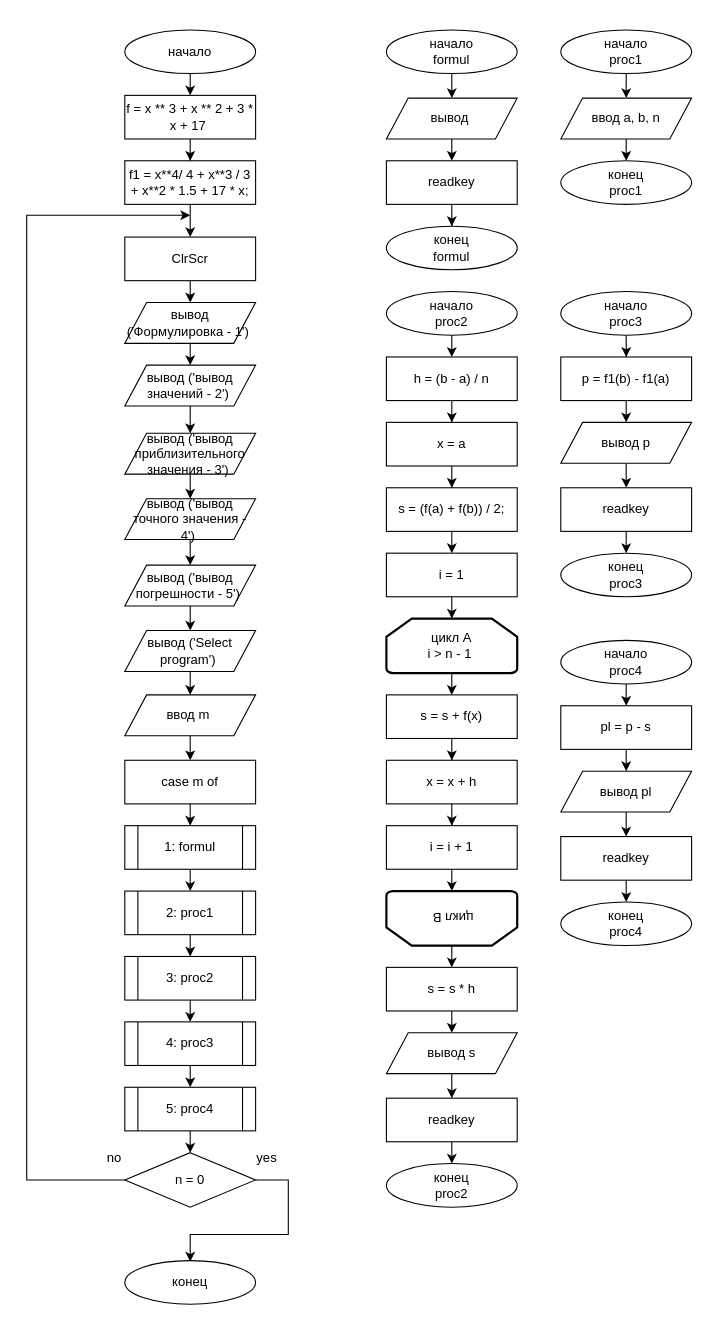
Before: 1.2 diagrams.drawio in DaniilKOT112/DKR-3, a draw.io diagram. Source tidied: cells renumbered, new cells numbered last; positions are measured from the earlier drawing's top-left corner, leaving out a move shared by most shapes. Both pictures are drawn from the tidied source at 109%, with x=0, y=0 at pixel (26, 29).
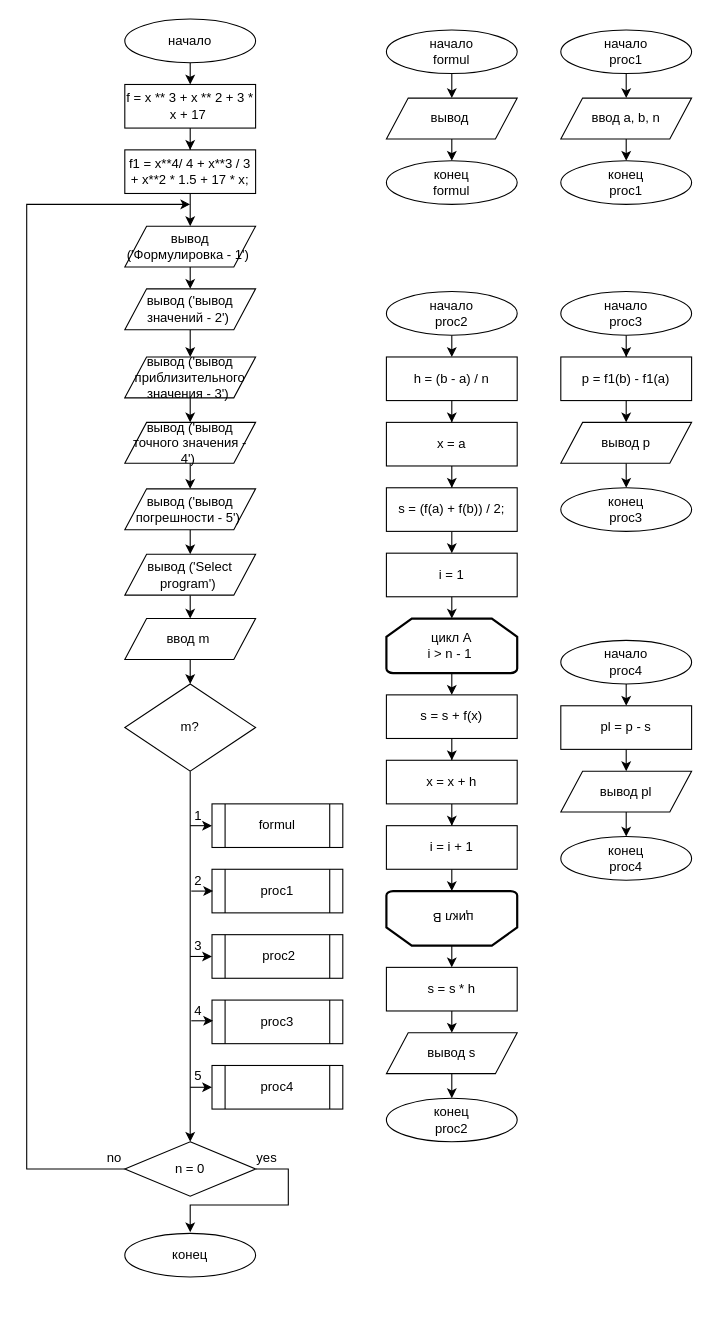
The same page after the edit.

Unchanged cells that the change refers to:
```xml
<mxCell id="12" value="вывод&amp;nbsp;" style="shape=parallelogram;perimeter=parallelogramPerimeter;whiteSpace=wrap;html=1;fixedSize=1;" parent="1" vertex="1">
  <mxGeometry x="330" y="62.5" width="120" height="37.5" as="geometry" />
</mxCell>
<mxCell id="25" value="вывод s" style="shape=parallelogram;perimeter=parallelogramPerimeter;whiteSpace=wrap;html=1;fixedSize=1;" parent="1" vertex="1">
  <mxGeometry x="330" y="920" width="120" height="37.5" as="geometry" />
</mxCell>
<mxCell id="54" value="вывод p" style="shape=parallelogram;perimeter=parallelogramPerimeter;whiteSpace=wrap;html=1;fixedSize=1;" parent="1" vertex="1">
  <mxGeometry x="490" y="360" width="120" height="37.5" as="geometry" />
</mxCell>
<mxCell id="63" value="вывод pl" style="shape=parallelogram;perimeter=parallelogramPerimeter;whiteSpace=wrap;html=1;fixedSize=1;" parent="1" vertex="1">
  <mxGeometry x="490" y="680" width="120" height="37.5" as="geometry" />
</mxCell>
```

Diff of the diagram source:
```diff
@@
-    <mxCell id="2" style="edgeStyle=orthogonalEdgeStyle;rounded=0;jettySize=auto;html=1;exitX=0.5;exitY=1;exitDx=0;exitDy=0;" parent="1" edge="1" source="3">
-      <mxGeometry relative="1" as="geometry">
-        <mxPoint x="150" y="60" as="targetPoint" />
-      </mxGeometry>
-    </mxCell>
+    <mxCell id="101" style="edgeStyle=orthogonalEdgeStyle;rounded=0;jettySize=auto;html=1;exitX=0.5;exitY=1;exitDx=0;exitDy=0;entryX=0.5;entryY=0;entryDx=0;entryDy=0;" parent="1" edge="1" source="3" target="5">
+      <mxGeometry relative="1" as="geometry" />
+    </mxCell>
     <mxCell id="3" value="начало" style="ellipse;whiteSpace=wrap;html=1;" parent="1" vertex="1">
-      <mxGeometry x="90" width="120" height="40" as="geometry" />
+      <mxGeometry x="90" y="-10" width="120" height="40" as="geometry" />
     </mxCell>
@@
     <mxCell id="5" value="f =&amp;nbsp;x ** 3 + x ** 2 + 3 * x + 17&amp;nbsp;" style="rounded=0;whiteSpace=wrap;html=1;" parent="1" vertex="1">
-      <mxGeometry x="90" y="60" width="120" height="40" as="geometry" />
+      <mxGeometry x="90" y="50" width="120" height="40" as="geometry" />
     </mxCell>
-    <mxCell id="6" style="edgeStyle=orthogonalEdgeStyle;rounded=0;jettySize=auto;html=1;exitX=0.5;exitY=1;exitDx=0;exitDy=0;" parent="1" edge="1" source="7" target="74">
+    <mxCell id="6" style="edgeStyle=orthogonalEdgeStyle;rounded=0;jettySize=auto;html=1;exitX=0.5;exitY=1;exitDx=0;exitDy=0;entryX=0.5;entryY=0;entryDx=0;entryDy=0;" parent="1" edge="1" source="7" target="68">
       <mxGeometry relative="1" as="geometry" />
     </mxCell>
     <mxCell id="7" value="f1 = x**4/ 4 + x**3 / 3 + x**2 * 1.5 + 17 * x;" style="rounded=0;whiteSpace=wrap;html=1;" parent="1" vertex="1">
-      <mxGeometry x="90" y="120" width="120" height="40" as="geometry" />
+      <mxGeometry x="90" y="110" width="120" height="40" as="geometry" />
     </mxCell>
@@
-    <mxCell id="11" style="edgeStyle=orthogonalEdgeStyle;rounded=0;jettySize=auto;html=1;exitX=0.5;exitY=1;exitDx=0;exitDy=0;entryX=0.5;entryY=0;entryDx=0;entryDy=0;" parent="1" edge="1" source="12" target="14">
+    <mxCell id="11" style="edgeStyle=orthogonalEdgeStyle;rounded=0;jettySize=auto;html=1;exitX=0.5;exitY=1;exitDx=0;exitDy=0;entryX=0.5;entryY=0;entryDx=0;entryDy=0;" parent="1" edge="1" source="12" target="15">
       <mxGeometry relative="1" as="geometry" />
     </mxCell>
@@
-    <mxCell id="13" style="edgeStyle=orthogonalEdgeStyle;rounded=0;jettySize=auto;html=1;exitX=0.5;exitY=1;exitDx=0;exitDy=0;" parent="1" edge="1" source="14" target="15">
-      <mxGeometry relative="1" as="geometry" />
-    </mxCell>
-    <mxCell id="14" value="readkey" style="rounded=0;whiteSpace=wrap;html=1;" parent="1" vertex="1">
-      <mxGeometry x="330" y="120" width="120" height="40" as="geometry" />
-    </mxCell>
     <mxCell id="15" value="конец&lt;br&gt;formul" style="ellipse;whiteSpace=wrap;html=1;" parent="1" vertex="1">
-      <mxGeometry x="330" y="180" width="120" height="40" as="geometry" />
+      <mxGeometry x="330" y="120" width="120" height="40" as="geometry" />
     </mxCell>
@@
-    <mxCell id="24" style="edgeStyle=orthogonalEdgeStyle;rounded=0;jettySize=auto;html=1;exitX=0.5;exitY=1;exitDx=0;exitDy=0;entryX=0.5;entryY=0;entryDx=0;entryDy=0;" parent="1" edge="1" source="25" target="48">
+    <mxCell id="24" style="edgeStyle=orthogonalEdgeStyle;rounded=0;jettySize=auto;html=1;exitX=0.5;exitY=1;exitDx=0;exitDy=0;entryX=0.5;entryY=0;entryDx=0;entryDy=0;" parent="1" edge="1" source="25" target="26">
       <mxGeometry relative="1" as="geometry" />
     </mxCell>
@@
     <mxCell id="26" value="конец&lt;br&gt;proc2" style="ellipse;whiteSpace=wrap;html=1;" parent="1" vertex="1">
-      <mxGeometry x="330" y="1040" width="120" height="40" as="geometry" />
+      <mxGeometry x="330" y="980" width="120" height="40" as="geometry" />
     </mxCell>
@@
-    <mxCell id="47" style="edgeStyle=orthogonalEdgeStyle;rounded=0;jettySize=auto;html=1;exitX=0.5;exitY=1;exitDx=0;exitDy=0;entryX=0.5;entryY=0;entryDx=0;entryDy=0;" parent="1" edge="1" source="48" target="26">
-      <mxGeometry relative="1" as="geometry" />
-    </mxCell>
-    <mxCell id="48" value="readkey" style="rounded=0;whiteSpace=wrap;html=1;" parent="1" vertex="1">
-      <mxGeometry x="330" y="980" width="120" height="40" as="geometry" />
-    </mxCell>
@@
-    <mxCell id="53" style="edgeStyle=orthogonalEdgeStyle;rounded=0;jettySize=auto;html=1;exitX=0.5;exitY=1;exitDx=0;exitDy=0;entryX=0.5;entryY=0;entryDx=0;entryDy=0;" parent="1" edge="1" source="54" target="56">
+    <mxCell id="53" style="edgeStyle=orthogonalEdgeStyle;rounded=0;jettySize=auto;html=1;exitX=0.5;exitY=1;exitDx=0;exitDy=0;entryX=0.5;entryY=0;entryDx=0;entryDy=0;" parent="1" edge="1" source="54" target="57">
       <mxGeometry relative="1" as="geometry" />
     </mxCell>
@@
-    <mxCell id="55" style="edgeStyle=orthogonalEdgeStyle;rounded=0;jettySize=auto;html=1;exitX=0.5;exitY=1;exitDx=0;exitDy=0;entryX=0.5;entryY=0;entryDx=0;entryDy=0;" parent="1" edge="1" source="56" target="57">
-      <mxGeometry relative="1" as="geometry" />
-    </mxCell>
-    <mxCell id="56" value="readkey" style="rounded=0;whiteSpace=wrap;html=1;" parent="1" vertex="1">
-      <mxGeometry x="490" y="420" width="120" height="40" as="geometry" />
-    </mxCell>
     <mxCell id="57" value="конец&lt;br&gt;proc3" style="ellipse;whiteSpace=wrap;html=1;" parent="1" vertex="1">
-      <mxGeometry x="490" y="480" width="120" height="40" as="geometry" />
+      <mxGeometry x="490" y="420" width="120" height="40" as="geometry" />
     </mxCell>
@@
-    <mxCell id="62" style="edgeStyle=orthogonalEdgeStyle;rounded=0;jettySize=auto;html=1;exitX=0.5;exitY=1;exitDx=0;exitDy=0;entryX=0.5;entryY=0;entryDx=0;entryDy=0;" parent="1" edge="1" source="63" target="65">
+    <mxCell id="62" style="edgeStyle=orthogonalEdgeStyle;rounded=0;jettySize=auto;html=1;exitX=0.5;exitY=1;exitDx=0;exitDy=0;entryX=0.5;entryY=0;entryDx=0;entryDy=0;" parent="1" edge="1" source="63" target="66">
       <mxGeometry relative="1" as="geometry" />
     </mxCell>
@@
-    <mxCell id="64" style="edgeStyle=orthogonalEdgeStyle;rounded=0;jettySize=auto;html=1;exitX=0.5;exitY=1;exitDx=0;exitDy=0;entryX=0.5;entryY=0;entryDx=0;entryDy=0;" parent="1" edge="1" source="65" target="66">
-      <mxGeometry relative="1" as="geometry" />
-    </mxCell>
-    <mxCell id="65" value="readkey" style="rounded=0;whiteSpace=wrap;html=1;" parent="1" vertex="1">
-      <mxGeometry x="490" y="740" width="120" height="40" as="geometry" />
-    </mxCell>
     <mxCell id="66" value="конец&lt;br&gt;proc4" style="ellipse;whiteSpace=wrap;html=1;" parent="1" vertex="1">
-      <mxGeometry x="490" y="800" width="120" height="40" as="geometry" />
+      <mxGeometry x="490" y="740" width="120" height="40" as="geometry" />
     </mxCell>
@@
     <mxCell id="68" value="вывод ('Формулировка - 1')&amp;nbsp;" style="shape=parallelogram;perimeter=parallelogramPerimeter;whiteSpace=wrap;html=1;fixedSize=1;" parent="1" vertex="1">
-      <mxGeometry x="90" y="250" width="120" height="37.5" as="geometry" />
+      <mxGeometry x="90" y="180" width="120" height="37.5" as="geometry" />
     </mxCell>
@@
     <mxCell id="70" value="вывод ('вывод значений - 2')&amp;nbsp;" style="shape=parallelogram;perimeter=parallelogramPerimeter;whiteSpace=wrap;html=1;fixedSize=1;" parent="1" vertex="1">
-      <mxGeometry x="90" y="307.5" width="120" height="37.5" as="geometry" />
+      <mxGeometry x="90" y="237.5" width="120" height="37.5" as="geometry" />
     </mxCell>
@@
     <mxCell id="72" value="вывод ('вывод приблизительного значения - 3')&amp;nbsp;" style="shape=parallelogram;perimeter=parallelogramPerimeter;whiteSpace=wrap;html=1;fixedSize=1;" parent="1" vertex="1">
-      <mxGeometry x="90" y="370" width="120" height="37.5" as="geometry" />
+      <mxGeometry x="90" y="300" width="120" height="37.5" as="geometry" />
     </mxCell>
-    <mxCell id="73" style="edgeStyle=orthogonalEdgeStyle;rounded=0;jettySize=auto;html=1;exitX=0.5;exitY=1;exitDx=0;exitDy=0;entryX=0.5;entryY=0;entryDx=0;entryDy=0;" parent="1" edge="1" source="74" target="68">
-      <mxGeometry relative="1" as="geometry" />
-    </mxCell>
-    <mxCell id="74" value="ClrScr" style="rounded=0;whiteSpace=wrap;html=1;" parent="1" vertex="1">
-      <mxGeometry x="90" y="190" width="120" height="40" as="geometry" />
-    </mxCell>
@@
     <mxCell id="76" value="вывод ('вывод точного значения - 4')&amp;nbsp;" style="shape=parallelogram;perimeter=parallelogramPerimeter;whiteSpace=wrap;html=1;fixedSize=1;" parent="1" vertex="1">
-      <mxGeometry x="90" y="430" width="120" height="37.5" as="geometry" />
+      <mxGeometry x="90" y="360" width="120" height="37.5" as="geometry" />
     </mxCell>
@@
     <mxCell id="78" value="вывод ('вывод погрешности - 5')&amp;nbsp;" style="shape=parallelogram;perimeter=parallelogramPerimeter;whiteSpace=wrap;html=1;fixedSize=1;" parent="1" vertex="1">
-      <mxGeometry x="90" y="491" width="120" height="37.5" as="geometry" />
+      <mxGeometry x="90" y="421" width="120" height="37.5" as="geometry" />
     </mxCell>
@@
     <mxCell id="80" value="вывод ('Select program')&amp;nbsp;" style="shape=parallelogram;perimeter=parallelogramPerimeter;whiteSpace=wrap;html=1;fixedSize=1;" parent="1" vertex="1">
-      <mxGeometry x="90" y="551" width="120" height="37.5" as="geometry" />
+      <mxGeometry x="90" y="481" width="120" height="37.5" as="geometry" />
     </mxCell>
-    <mxCell id="81" style="edgeStyle=orthogonalEdgeStyle;rounded=0;jettySize=auto;html=1;exitX=0.5;exitY=1;exitDx=0;exitDy=0;entryX=0.5;entryY=0;entryDx=0;entryDy=0;" parent="1" edge="1" source="82" target="84">
+    <mxCell id="81" style="edgeStyle=orthogonalEdgeStyle;rounded=0;jettySize=auto;html=1;exitX=0.5;exitY=1;exitDx=0;exitDy=0;entryX=0.5;entryY=0;entryDx=0;entryDy=0;" parent="1" edge="1" source="82" target="103">
       <mxGeometry relative="1" as="geometry" />
     </mxCell>
     <mxCell id="82" value="ввод m&amp;nbsp;" style="shape=parallelogram;perimeter=parallelogramPerimeter;whiteSpace=wrap;html=1;fixedSize=1;" parent="1" vertex="1">
-      <mxGeometry x="90" y="610" width="120" height="37.5" as="geometry" />
+      <mxGeometry x="90" y="540" width="120" height="37.5" as="geometry" />
     </mxCell>
-    <mxCell id="83" style="edgeStyle=orthogonalEdgeStyle;rounded=0;jettySize=auto;html=1;exitX=0.5;exitY=1;exitDx=0;exitDy=0;entryX=0.5;entryY=0;entryDx=0;entryDy=0;" parent="1" edge="1" source="84" target="86">
-      <mxGeometry relative="1" as="geometry" />
-    </mxCell>
-    <mxCell id="84" value="case m of" style="rounded=0;whiteSpace=wrap;html=1;" parent="1" vertex="1">
-      <mxGeometry x="90" y="670" width="120" height="40" as="geometry" />
-    </mxCell>
-    <mxCell id="85" style="edgeStyle=orthogonalEdgeStyle;rounded=0;jettySize=auto;html=1;exitX=0.5;exitY=1;exitDx=0;exitDy=0;entryX=0.5;entryY=0;entryDx=0;entryDy=0;" parent="1" edge="1" source="86" target="88">
-      <mxGeometry relative="1" as="geometry" />
-    </mxCell>
-    <mxCell id="86" value="1: formul" style="shape=process;whiteSpace=wrap;html=1;backgroundOutline=1;" parent="1" vertex="1">
-      <mxGeometry x="90" y="730" width="120" height="40" as="geometry" />
+    <mxCell id="86" value="formul" style="shape=process;whiteSpace=wrap;html=1;backgroundOutline=1;" parent="1" vertex="1">
+      <mxGeometry x="170" y="710" width="120" height="40" as="geometry" />
     </mxCell>
-    <mxCell id="87" style="edgeStyle=orthogonalEdgeStyle;rounded=0;jettySize=auto;html=1;exitX=0.5;exitY=1;exitDx=0;exitDy=0;entryX=0.5;entryY=0;entryDx=0;entryDy=0;" parent="1" edge="1" source="88" target="90">
-      <mxGeometry relative="1" as="geometry" />
-    </mxCell>
-    <mxCell id="88" value="2: proc1" style="shape=process;whiteSpace=wrap;html=1;backgroundOutline=1;" parent="1" vertex="1">
-      <mxGeometry x="90" y="790" width="120" height="40" as="geometry" />
+    <mxCell id="88" value="proc1" style="shape=process;whiteSpace=wrap;html=1;backgroundOutline=1;" parent="1" vertex="1">
+      <mxGeometry x="170" y="770" width="120" height="40" as="geometry" />
     </mxCell>
-    <mxCell id="89" style="edgeStyle=orthogonalEdgeStyle;rounded=0;jettySize=auto;html=1;exitX=0.5;exitY=1;exitDx=0;exitDy=0;entryX=0.5;entryY=0;entryDx=0;entryDy=0;" parent="1" edge="1" source="90" target="92">
-      <mxGeometry relative="1" as="geometry" />
-    </mxCell>
-    <mxCell id="90" value="3: proc2" style="shape=process;whiteSpace=wrap;html=1;backgroundOutline=1;" parent="1" vertex="1">
-      <mxGeometry x="90" y="850" width="120" height="40" as="geometry" />
+    <mxCell id="90" value="&amp;nbsp;proc2" style="shape=process;whiteSpace=wrap;html=1;backgroundOutline=1;" parent="1" vertex="1">
+      <mxGeometry x="170" y="830" width="120" height="40" as="geometry" />
     </mxCell>
-    <mxCell id="91" style="edgeStyle=orthogonalEdgeStyle;rounded=0;jettySize=auto;html=1;exitX=0.5;exitY=1;exitDx=0;exitDy=0;entryX=0.5;entryY=0;entryDx=0;entryDy=0;" parent="1" edge="1" source="92" target="94">
-      <mxGeometry relative="1" as="geometry" />
-    </mxCell>
-    <mxCell id="92" value="4: proc3" style="shape=process;whiteSpace=wrap;html=1;backgroundOutline=1;" parent="1" vertex="1">
-      <mxGeometry x="90" y="910" width="120" height="40" as="geometry" />
+    <mxCell id="92" value="proc3" style="shape=process;whiteSpace=wrap;html=1;backgroundOutline=1;" parent="1" vertex="1">
+      <mxGeometry x="170" y="890" width="120" height="40" as="geometry" />
     </mxCell>
-    <mxCell id="93" style="edgeStyle=orthogonalEdgeStyle;rounded=0;jettySize=auto;html=1;exitX=0.5;exitY=1;exitDx=0;exitDy=0;entryX=0.5;entryY=0;entryDx=0;entryDy=0;" parent="1" edge="1" source="94" target="97">
-      <mxGeometry relative="1" as="geometry" />
-    </mxCell>
-    <mxCell id="94" value="5: proc4" style="shape=process;whiteSpace=wrap;html=1;backgroundOutline=1;" parent="1" vertex="1">
-      <mxGeometry x="90" y="970" width="120" height="40" as="geometry" />
+    <mxCell id="94" value="proc4" style="shape=process;whiteSpace=wrap;html=1;backgroundOutline=1;" parent="1" vertex="1">
+      <mxGeometry x="170" y="950" width="120" height="40" as="geometry" />
     </mxCell>
     <mxCell id="95" style="edgeStyle=orthogonalEdgeStyle;rounded=0;jettySize=auto;html=1;exitX=0;exitY=0.5;exitDx=0;exitDy=0;" parent="1" edge="1" source="97">
       <mxGeometry relative="1" as="geometry">
-        <mxPoint x="150" y="170" as="targetPoint" />
+        <mxPoint x="150" y="160" as="targetPoint" />
         <Array as="points">
-          <mxPoint y="1055" />
-          <mxPoint y="170" />
+          <mxPoint y="1045" />
+          <mxPoint y="160" />
         </Array>
       </mxGeometry>
     </mxCell>
     <mxCell id="96" style="edgeStyle=orthogonalEdgeStyle;rounded=0;jettySize=auto;html=1;exitX=1;exitY=0.5;exitDx=0;exitDy=0;" parent="1" edge="1" source="97">
       <mxGeometry relative="1" as="geometry">
-        <mxPoint x="150" y="1130" as="targetPoint" />
+        <mxPoint x="150" y="1103" as="targetPoint" />
         <Array as="points">
-          <mxPoint x="240" y="1055" />
-          <mxPoint x="240" y="1105" />
-          <mxPoint x="150" y="1105" />
+          <mxPoint x="240" y="1045" />
+          <mxPoint x="240" y="1078" />
+          <mxPoint x="150" y="1078" />
         </Array>
       </mxGeometry>
     </mxCell>
     <mxCell id="97" value="n = 0" style="rhombus;whiteSpace=wrap;html=1;" parent="1" vertex="1">
-      <mxGeometry x="90" y="1030" width="120" height="50" as="geometry" />
+      <mxGeometry x="90" y="1020" width="120" height="50" as="geometry" />
     </mxCell>
     <mxCell id="98" value="конец" style="ellipse;whiteSpace=wrap;html=1;" parent="1" vertex="1">
-      <mxGeometry x="90" y="1129" width="120" height="40" as="geometry" />
+      <mxGeometry x="90" y="1104" width="120" height="40" as="geometry" />
     </mxCell>
@@
+    <mxCell id="102" style="edgeStyle=orthogonalEdgeStyle;rounded=0;jettySize=auto;html=1;exitX=0.5;exitY=1;exitDx=0;exitDy=0;entryX=0.5;entryY=0;entryDx=0;entryDy=0;" parent="1" edge="1" source="103" target="97">
+      <mxGeometry relative="1" as="geometry" />
+    </mxCell>
+    <mxCell id="103" value="m?" style="rhombus;whiteSpace=wrap;html=1;" parent="1" vertex="1">
+      <mxGeometry x="90" y="600" width="120" height="80" as="geometry" />
+    </mxCell>
+    <mxCell id="104" style="endArrow=classic;html=1;rounded=0;" parent="1" edge="1">
+      <mxGeometry relative="1" as="geometry">
+        <mxPoint x="150" y="730" as="sourcePoint" />
+        <mxPoint x="170" y="730" as="targetPoint" />
+      </mxGeometry>
+    </mxCell>
+    <mxCell id="105" style="endArrow=classic;html=1;rounded=0;" parent="1" edge="1">
+      <mxGeometry relative="1" as="geometry">
+        <mxPoint x="151" y="790" as="sourcePoint" />
+        <mxPoint x="171" y="790" as="targetPoint" />
+      </mxGeometry>
+    </mxCell>
+    <mxCell id="106" style="endArrow=classic;html=1;rounded=0;" parent="1" edge="1">
+      <mxGeometry relative="1" as="geometry">
+        <mxPoint x="150" y="850" as="sourcePoint" />
+        <mxPoint x="170" y="850" as="targetPoint" />
+      </mxGeometry>
+    </mxCell>
+    <mxCell id="107" style="endArrow=classic;html=1;rounded=0;" parent="1" edge="1">
+      <mxGeometry relative="1" as="geometry">
+        <mxPoint x="151" y="909" as="sourcePoint" />
+        <mxPoint x="171" y="909" as="targetPoint" />
+      </mxGeometry>
+    </mxCell>
+    <mxCell id="108" style="endArrow=classic;html=1;rounded=0;" parent="1" edge="1">
+      <mxGeometry relative="1" as="geometry">
+        <mxPoint x="150" y="970" as="sourcePoint" />
+        <mxPoint x="170" y="970" as="targetPoint" />
+      </mxGeometry>
+    </mxCell>
+    <mxCell id="109" value="1" style="text;html=1;align=center;verticalAlign=middle;strokeColor=none;fillColor=none;" parent="1" vertex="1">
+      <mxGeometry x="142" y="706" width="30" height="30" as="geometry" />
+    </mxCell>
+    <mxCell id="110" value="2" style="text;html=1;align=center;verticalAlign=middle;strokeColor=none;fillColor=none;" parent="1" vertex="1">
+      <mxGeometry x="142" y="766" width="30" height="30" as="geometry" />
+    </mxCell>
+    <mxCell id="111" value="3" style="text;html=1;align=center;verticalAlign=middle;strokeColor=none;fillColor=none;" parent="1" vertex="1">
+      <mxGeometry x="142" y="826" width="30" height="30" as="geometry" />
+    </mxCell>
+    <mxCell id="112" value="4" style="text;html=1;align=center;verticalAlign=middle;strokeColor=none;fillColor=none;" parent="1" vertex="1">
+      <mxGeometry x="142" y="885" width="30" height="30" as="geometry" />
+    </mxCell>
+    <mxCell id="113" value="5" style="text;html=1;align=center;verticalAlign=middle;strokeColor=none;fillColor=none;" parent="1" vertex="1">
+      <mxGeometry x="142" y="945" width="30" height="30" as="geometry" />
+    </mxCell>
```
